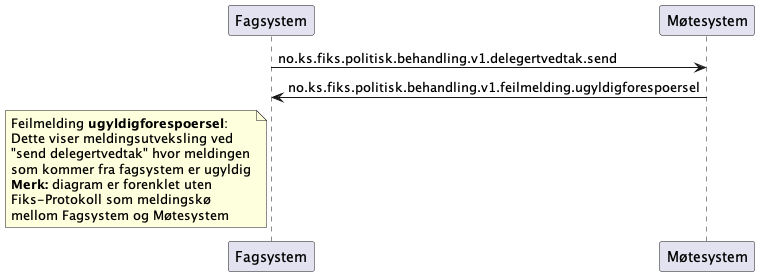
The PlantUML diagram Dokumentasjon/V1/meldingsutveksling/delegertvedtak-send/sekvensdiagram/sekvensdiagram-delegertvedtak-send-ugyldigforespoersel.png in ks-no/fiks-politisk-behandling-specification, before a commit.
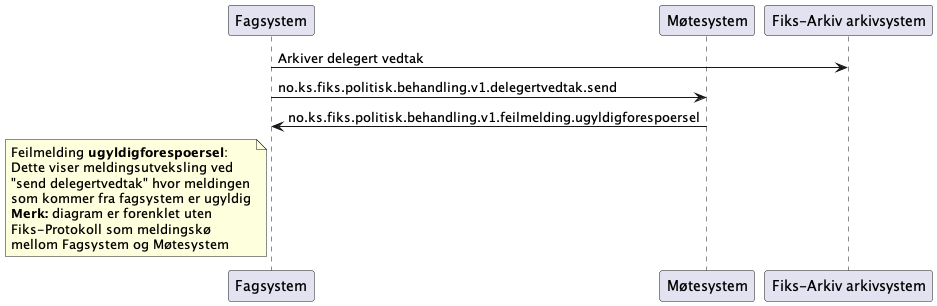
Above is the later version.

Diff of the diagram source:
```diff
@@ -1,7 +1,9 @@
 @startuml
 participant Fagsystem as "Fagsystem"
 participant Møtesystem as "Møtesystem"
+participant Arkivsystem as "Fiks-Arkiv arkivsystem"
 
+Fagsystem -> Arkivsystem : Arkiver delegert vedtak
 Fagsystem -> Møtesystem : no.ks.fiks.politisk.behandling.v1.delegertvedtak.send
 Fagsystem <- Møtesystem : no.ks.fiks.politisk.behandling.v1.feilmelding.ugyldigforespoersel
 
```
